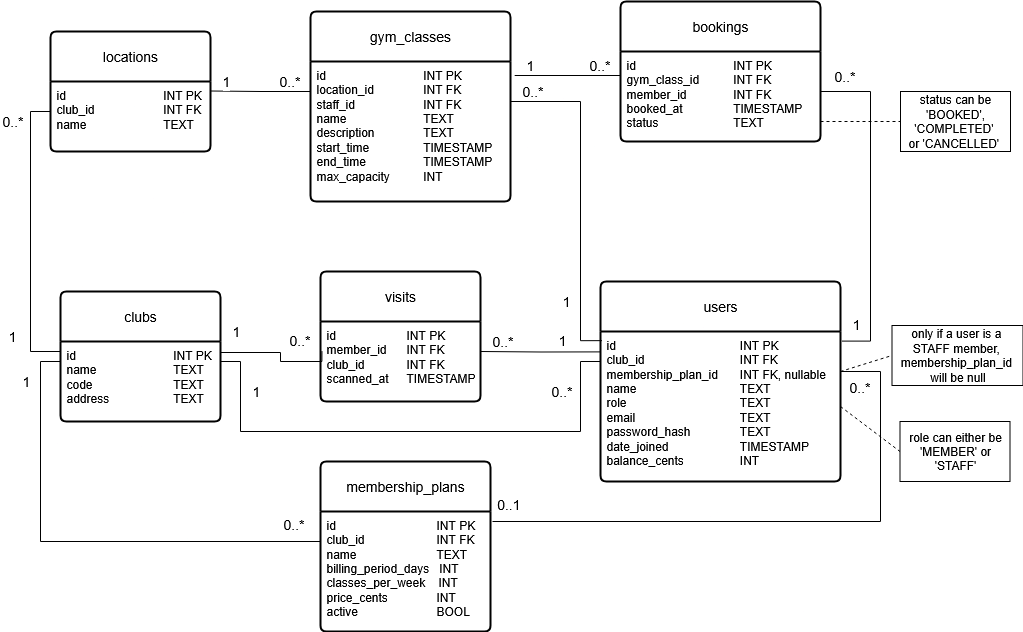
The draw.io diagram Database_Diagram.png in LeonardLauHJ/GymMonitor-Lite, before a commit. Source tidied: cells renumbered, new cells last; positions are measured from the earlier drawing's top-left corner, leaving out a move shared by most shapes.
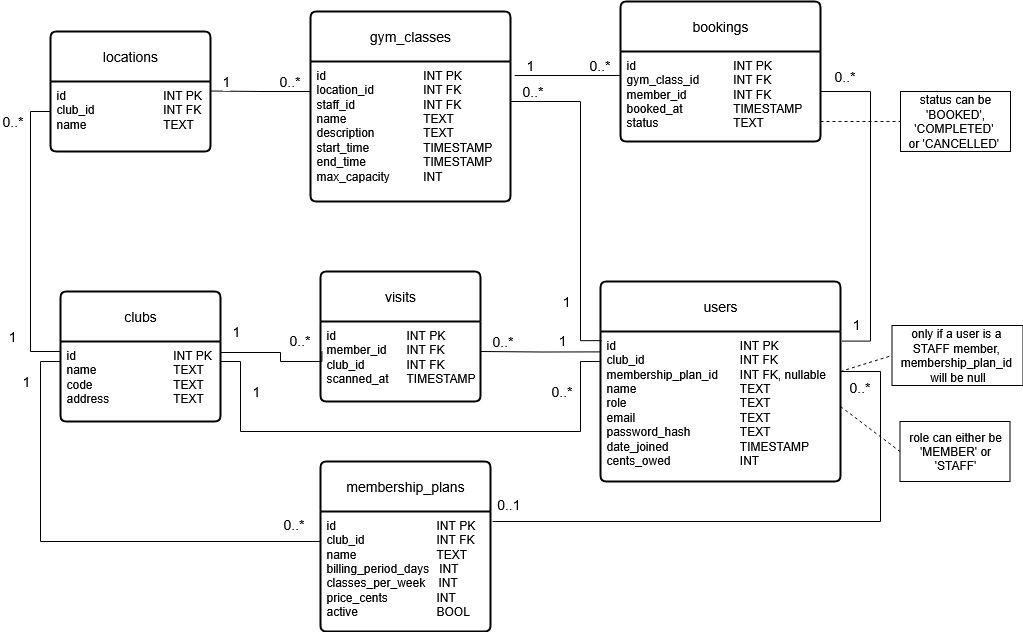
The same file after the commit.

Commit message:
balance_cents field on User renamed to centsOwed

This change better reflects that the number should only count the amount the user owes their club. Database diagram updated to match.

Change to the diagram source:
```diff
@@ -29,7 +29,7 @@
     <mxCell id="10" value="users" style="swimlane;horizontal=1;startSize=50;rounded=1;fontSize=14;fontStyle=0;strokeWidth=2;shadow=0;dashed=0;align=center;arcSize=4;whiteSpace=wrap;html=1;" parent="1" vertex="1">
       <mxGeometry x="570" y="280" width="240" height="200" as="geometry" />
     </mxCell>
-    <mxCell id="11" value="&lt;div&gt;id&lt;span style=&quot;white-space: pre;&quot;&gt;&#9;&lt;/span&gt;&lt;span style=&quot;white-space: pre;&quot;&gt;&#9;&lt;/span&gt;&lt;span style=&quot;white-space: pre;&quot;&gt;&#9;&lt;span style=&quot;white-space: pre;&quot;&gt;&#9;&lt;/span&gt;&lt;/span&gt;&amp;nbsp; &amp;nbsp; &amp;nbsp; &amp;nbsp; INT PK&lt;/div&gt;&lt;div&gt;club_id&lt;span style=&quot;white-space: pre;&quot;&gt;&#9;&lt;/span&gt;&lt;span style=&quot;white-space: pre;&quot;&gt;&#9;&lt;/span&gt;&lt;span style=&quot;white-space: pre;&quot;&gt;&#9;&lt;span style=&quot;white-space: pre;&quot;&gt;&#9;&lt;/span&gt;INT FK&lt;/span&gt;&lt;/div&gt;&lt;div&gt;&lt;span style=&quot;white-space: pre;&quot;&gt;membership_plan_id    &lt;span style=&quot;white-space: pre;&quot;&gt;&#9;&lt;/span&gt;INT FK, nullable&lt;/span&gt;&lt;/div&gt;&lt;div&gt;name&lt;span style=&quot;white-space: pre;&quot;&gt;&#9;&lt;/span&gt;&lt;span style=&quot;white-space: pre;&quot;&gt;&#9;&lt;/span&gt;&lt;span style=&quot;white-space: pre;&quot;&gt;&#9;&lt;span style=&quot;white-space: pre;&quot;&gt;&#9;&lt;/span&gt;TEXT&lt;/span&gt;&lt;/div&gt;&lt;div&gt;&lt;span style=&quot;white-space: pre;&quot;&gt;role&lt;span style=&quot;white-space: pre;&quot;&gt;&#9;&lt;/span&gt;&lt;span style=&quot;white-space: pre;&quot;&gt;&#9;&lt;/span&gt;&lt;span style=&quot;white-space: pre;&quot;&gt;&#9;&lt;/span&gt;&lt;span style=&quot;white-space: pre;&quot;&gt;&#9;&lt;/span&gt;&lt;span style=&quot;white-space: pre;&quot;&gt;&#9;&lt;/span&gt;TEXT&lt;/span&gt;&lt;/div&gt;&lt;div&gt;email&amp;nbsp;&amp;nbsp;&lt;span style=&quot;white-space: pre;&quot;&gt;&#9;&lt;/span&gt;&lt;span style=&quot;white-space: pre;&quot;&gt;&#9;&lt;/span&gt;&lt;span style=&quot;white-space: pre;&quot;&gt;&#9;&lt;/span&gt;&lt;span style=&quot;white-space: pre;&quot;&gt;&#9;&lt;/span&gt;&lt;span style=&quot;white-space: pre;&quot;&gt;&lt;/span&gt;TEXT&lt;/div&gt;&lt;div&gt;password_hash&lt;span style=&quot;white-space: pre;&quot;&gt;&#9;&lt;/span&gt;&lt;span style=&quot;white-space: pre;&quot;&gt;&#9;&lt;/span&gt;TEXT&lt;/div&gt;&lt;div&gt;date_joined&lt;span style=&quot;white-space: pre;&quot;&gt;&#9;&lt;/span&gt;&lt;span style=&quot;white-space: pre;&quot;&gt;&#9;  &lt;span style=&quot;white-space: pre;&quot;&gt;&#9;&lt;/span&gt;TIMESTAMP&lt;/span&gt;&lt;/div&gt;&lt;div&gt;balance_cents&lt;span style=&quot;white-space: pre;&quot;&gt;&#9;&lt;/span&gt;&lt;span style=&quot;white-space: pre;&quot;&gt;&#9;INT&lt;/span&gt;&lt;/div&gt;" style="align=left;strokeColor=none;fillColor=none;spacingLeft=4;spacingRight=4;fontSize=12;verticalAlign=top;html=1;whiteSpace=wrap;" parent="10" vertex="1">
+    <mxCell id="11" value="&lt;div&gt;id&lt;span style=&quot;white-space: pre;&quot;&gt;&#9;&lt;/span&gt;&lt;span style=&quot;white-space: pre;&quot;&gt;&#9;&lt;/span&gt;&lt;span style=&quot;white-space: pre;&quot;&gt;&#9;&lt;span style=&quot;white-space: pre;&quot;&gt;&#9;&lt;/span&gt;&lt;/span&gt;&amp;nbsp; &amp;nbsp; &amp;nbsp; &amp;nbsp; INT PK&lt;/div&gt;&lt;div&gt;club_id&lt;span style=&quot;white-space: pre;&quot;&gt;&#9;&lt;/span&gt;&lt;span style=&quot;white-space: pre;&quot;&gt;&#9;&lt;/span&gt;&lt;span style=&quot;white-space: pre;&quot;&gt;&#9;&lt;span style=&quot;white-space: pre;&quot;&gt;&#9;&lt;/span&gt;INT FK&lt;/span&gt;&lt;/div&gt;&lt;div&gt;&lt;span style=&quot;white-space: pre;&quot;&gt;membership_plan_id    &lt;span style=&quot;white-space: pre;&quot;&gt;&#9;&lt;/span&gt;INT FK, nullable&lt;/span&gt;&lt;/div&gt;&lt;div&gt;name&lt;span style=&quot;white-space: pre;&quot;&gt;&#9;&lt;/span&gt;&lt;span style=&quot;white-space: pre;&quot;&gt;&#9;&lt;/span&gt;&lt;span style=&quot;white-space: pre;&quot;&gt;&#9;&lt;span style=&quot;white-space: pre;&quot;&gt;&#9;&lt;/span&gt;TEXT&lt;/span&gt;&lt;/div&gt;&lt;div&gt;&lt;span style=&quot;white-space: pre;&quot;&gt;role&lt;span style=&quot;white-space: pre;&quot;&gt;&#9;&lt;/span&gt;&lt;span style=&quot;white-space: pre;&quot;&gt;&#9;&lt;/span&gt;&lt;span style=&quot;white-space: pre;&quot;&gt;&#9;&lt;/span&gt;&lt;span style=&quot;white-space: pre;&quot;&gt;&#9;&lt;/span&gt;&lt;span style=&quot;white-space: pre;&quot;&gt;&#9;&lt;/span&gt;TEXT&lt;/span&gt;&lt;/div&gt;&lt;div&gt;email&amp;nbsp;&amp;nbsp;&lt;span style=&quot;white-space: pre;&quot;&gt;&#9;&lt;/span&gt;&lt;span style=&quot;white-space: pre;&quot;&gt;&#9;&lt;/span&gt;&lt;span style=&quot;white-space: pre;&quot;&gt;&#9;&lt;/span&gt;&lt;span style=&quot;white-space: pre;&quot;&gt;&#9;&lt;/span&gt;&lt;span style=&quot;white-space: pre;&quot;&gt;&lt;/span&gt;TEXT&lt;/div&gt;&lt;div&gt;password_hash&lt;span style=&quot;white-space: pre;&quot;&gt;&#9;&lt;/span&gt;&lt;span style=&quot;white-space: pre;&quot;&gt;&#9;&lt;/span&gt;TEXT&lt;/div&gt;&lt;div&gt;date_joined&lt;span style=&quot;white-space: pre;&quot;&gt;&#9;&lt;/span&gt;&lt;span style=&quot;white-space: pre;&quot;&gt;&#9;  &lt;span style=&quot;white-space: pre;&quot;&gt;&#9;&lt;/span&gt;TIMESTAMP&lt;/span&gt;&lt;/div&gt;&lt;div&gt;cents_owed&lt;span style=&quot;white-space: pre;&quot;&gt;&#9;&lt;/span&gt;&lt;span style=&quot;white-space: pre;&quot;&gt;&#9;&lt;/span&gt;&lt;span style=&quot;white-space: pre;&quot;&gt;&#9;INT&lt;/span&gt;&lt;/div&gt;" style="align=left;strokeColor=none;fillColor=none;spacingLeft=4;spacingRight=4;fontSize=12;verticalAlign=top;html=1;whiteSpace=wrap;" parent="10" vertex="1">
       <mxGeometry y="50" width="240" height="150" as="geometry" />
     </mxCell>
     <mxCell id="12" value="&lt;div&gt;gym_classes&lt;/div&gt;" style="swimlane;horizontal=1;startSize=50;rounded=1;fontSize=14;fontStyle=0;strokeWidth=2;shadow=0;dashed=0;align=center;arcSize=4;whiteSpace=wrap;html=1;" parent="1" vertex="1">
```
